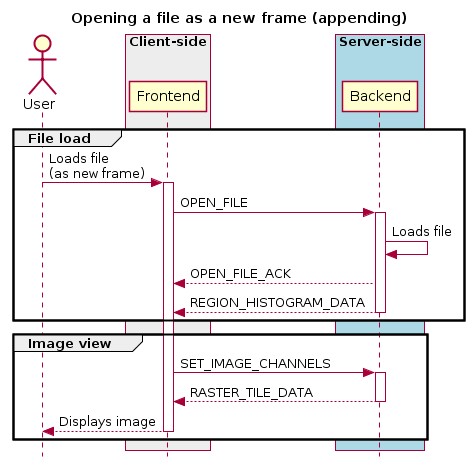
Above: docs/images/image1.png in CARTAvis/carta-protobuf (PlantUML), before the change.
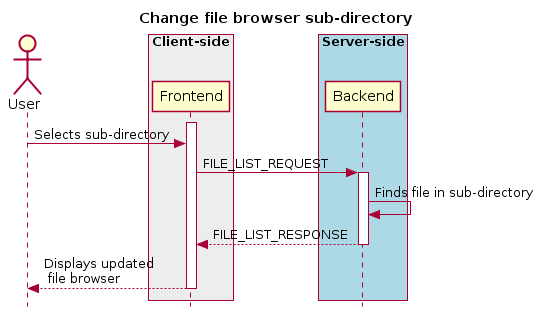
Above is the later version.

Change to the diagram source:
```diff
@@ -1,32 +1,23 @@
 @startuml
 skinparam style strictuml
 hide footbox
-title Opening a file as a new frame (appending)
+title Change file browser sub-directory
 
 actor User
-box "Client-side"  #EDEDED
-        participant Frontend
+box "Client-side" #EDEDED
+participant Frontend
 end box
 
 box "Server-side" #lightblue
-	participant Backend
+participant Backend
 end box
-group File load
-User -> Frontend : Loads file\n(as new frame)
 activate Frontend
-Frontend -> Backend : OPEN_FILE
+User -> Frontend : Selects sub-directory
+Frontend -> Backend : FILE_LIST_REQUEST
 activate Backend
-Backend -> Backend : Loads file
-Frontend <-- Backend : OPEN_FILE_ACK
-Frontend <-- Backend : REGION_HISTOGRAM_DATA
+Backend -> Backend : Finds file in sub-directory
+Frontend <-- Backend : FILE_LIST_RESPONSE
 deactivate Backend
-end
-group Image view
-Frontend -> Backend : SET_IMAGE_CHANNELS
-activate Backend
-Frontend <-- Backend : RASTER_TILE_DATA
-deactivate Backend
-User <-- Frontend: Displays image
+User <-- Frontend : Displays updated\n file browser
 deactivate Frontend
-end
 @enduml
```
